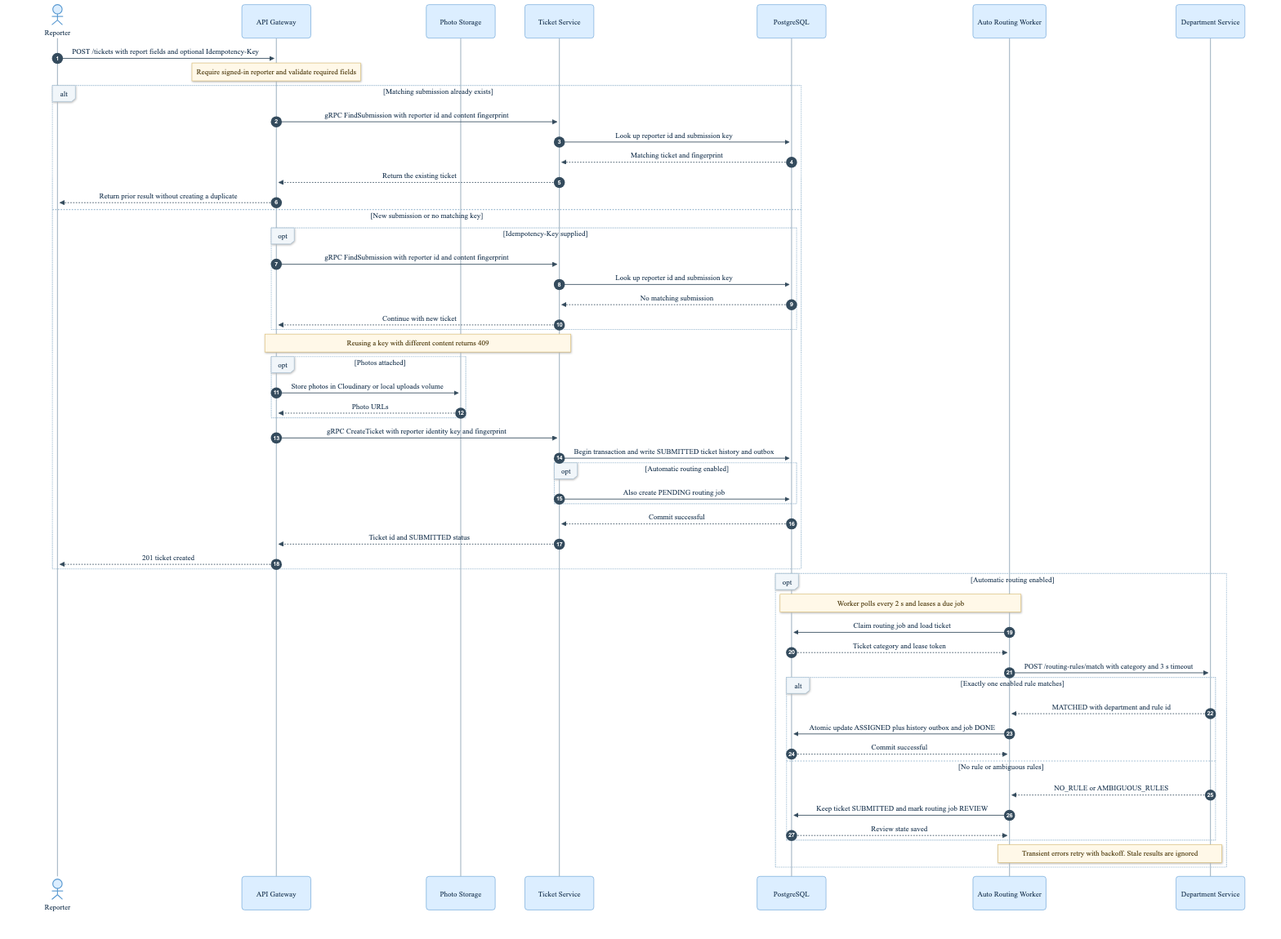
Earlier version of the Mermaid export docs/presentation/06-sequence-create-ticket-auto-routing.png (Pantipkub/chula-fondue). Its source is kept beside it as docs/presentation/06-sequence-create-ticket-auto-routing.mmd.
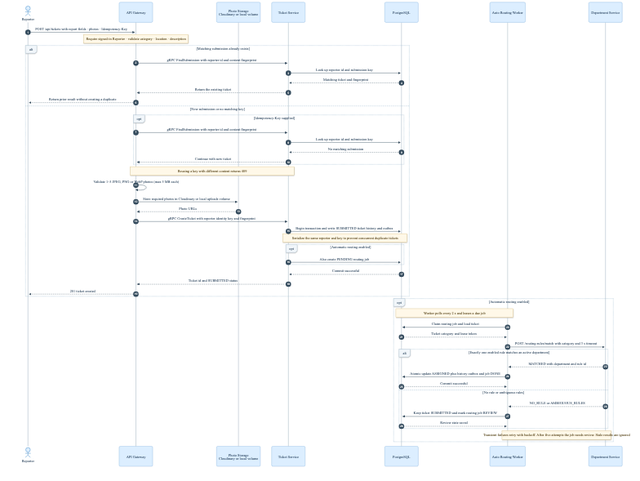
Later version of the same file.

Commit message:
docs: fix context, container, component, sequence diagram

Diff of the diagram source:
```diff
@@ -3,14 +3,14 @@
   autonumber
   actor Reporter
   participant GW as API Gateway
-  participant Photos as Photo Storage
+  participant Photos as Photo Storage<br/>Cloudinary or local volume
   participant TS as Ticket Service
   participant PG as PostgreSQL
   participant Auto as Auto Routing Worker
   participant Dept as Department Service
 
-  Reporter->>GW: POST /tickets with report fields and optional Idempotency-Key
-  Note over GW: Require signed-in reporter and validate required fields
+  Reporter->>GW: POST /api/tickets with report fields · photos · Idempotency-Key
+  Note over GW: Require signed-in Reporter · validate category · location · description
   alt Matching submission already exists
     GW->>TS: gRPC FindSubmission with reporter id and content fingerprint
     TS->>PG: Look up reporter id and submission key
@@ -25,12 +25,12 @@
       TS-->>GW: Continue with new ticket
     end
     Note over GW,TS: Reusing a key with different content returns 409
-    opt Photos attached
-      GW->>Photos: Store photos in Cloudinary or local uploads volume
-      Photos-->>GW: Photo URLs
-    end
+    GW->>GW: Validate 1–5 JPEG, PNG or WebP photos (max 5 MB each)
+    GW->>Photos: Store required photos in Cloudinary or local uploads volume
+    Photos-->>GW: Photo URLs
     GW->>TS: gRPC CreateTicket with reporter identity key and fingerprint
     TS->>PG: Begin transaction and write SUBMITTED ticket history and outbox
+    Note over TS,PG: Serialize the same reporter and key to prevent concurrent duplicate tickets
     opt Automatic routing enabled
       TS->>PG: Also create PENDING routing job
     end
@@ -44,7 +44,7 @@
     Auto->>PG: Claim routing job and load ticket
     PG-->>Auto: Ticket category and lease token
     Auto->>Dept: POST /routing-rules/match with category and 3 s timeout
-    alt Exactly one enabled rule matches
+    alt Exactly one enabled rule matches an active department
       Dept-->>Auto: MATCHED with department and rule id
       Auto->>PG: Atomic update ASSIGNED plus history outbox and job DONE
       PG-->>Auto: Commit successful
@@ -53,5 +53,5 @@
       Auto->>PG: Keep ticket SUBMITTED and mark routing job REVIEW
       PG-->>Auto: Review state saved
     end
-    Note over Auto,Dept: Transient errors retry with backoff. Stale results are ignored
+    Note over Auto,Dept: Transient failures retry with backoff. After five attempts the job needs review. Stale results are ignored
   end
```
